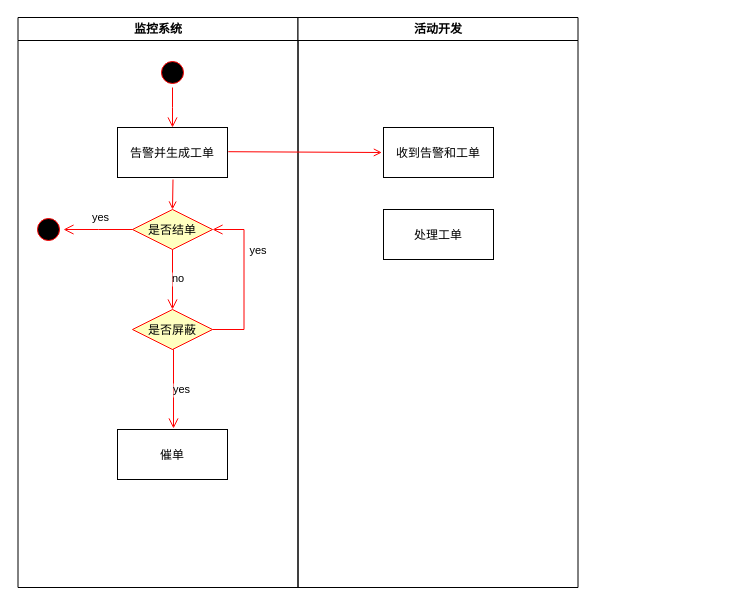
Before: 工单系统活动图.drawio in FelixTt/repositoryForDraw.io, a draw.io diagram. Source tidied: cells renumbered, new cells numbered last; positions are measured from the earlier drawing's top-left corner, leaving out a move shared by most shapes. Both pictures are drawn from the tidied source at 100%, with x=0, y=0 at pixel (17, 17).
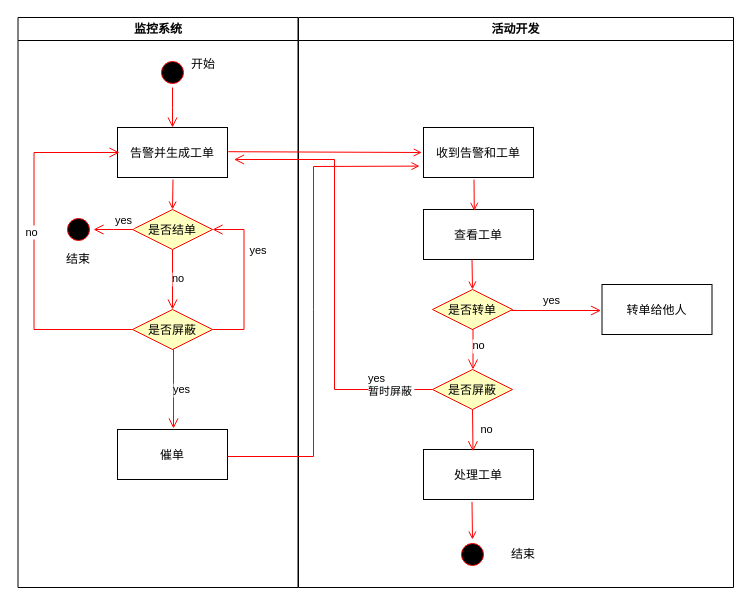
Above is the later version.

Commit message (it also covers changes not shown here):
更新工单系统活动图.drawio

Unchanged cells that the change refers to:
```xml
<mxCell id="2" value="监控系统" style="swimlane;whiteSpace=wrap;startSize=23;" parent="1" vertex="1">
  <mxGeometry x="0.5" width="280" height="570" as="geometry" />
</mxCell>
<mxCell id="5" value="告警并生成工单" parent="2" vertex="1">
  <mxGeometry x="99.5" y="110" width="110" height="50" as="geometry" />
</mxCell>
<mxCell id="7" value="催单" parent="2" vertex="1">
  <mxGeometry x="99.5" y="412" width="110" height="50" as="geometry" />
</mxCell>
<mxCell id="8" value="是否结单" style="rhombus;fillColor=#ffffc0;strokeColor=#ff0000;" parent="2" vertex="1">
  <mxGeometry x="114.5" y="192" width="80" height="40" as="geometry" />
</mxCell>
<mxCell id="11" value="是否屏蔽" style="rhombus;fillColor=#ffffc0;strokeColor=#ff0000;" parent="2" vertex="1">
  <mxGeometry x="114.5" y="292" width="80" height="40" as="geometry" />
</mxCell>
```

Change to the diagram source:
```diff
@@
     <mxCell id="9" style="ellipse;shape=startState;fillColor=#000000;strokeColor=#ff0000;" parent="2" vertex="1">
-      <mxGeometry x="15.5" y="197" width="30" height="30" as="geometry" />
+      <mxGeometry x="45.5" y="197" width="30" height="30" as="geometry" />
     </mxCell>
     <mxCell id="10" value="yes" style="edgeStyle=elbowEdgeStyle;elbow=horizontal;align=left;verticalAlign=bottom;endArrow=open;endSize=8;strokeColor=#FF0000;endFill=1;rounded=0;" parent="2" edge="1" source="8" target="9">
-      <mxGeometry x="0.25" y="-3" relative="1" as="geometry">
-        <mxPoint x="1" as="offset" />
-      </mxGeometry>
+      <mxGeometry x="-0.03" relative="1" as="geometry" />
     </mxCell>
@@
+    <mxCell id="19" value="no" style="edgeStyle=elbowEdgeStyle;elbow=horizontal;align=left;verticalAlign=bottom;endArrow=open;endSize=8;strokeColor=#FF0000;endFill=1;rounded=0;exitX=0;exitY=0.5;exitDx=0;exitDy=0;entryX=0.018;entryY=0.5;entryDx=0;entryDy=0;entryPerimeter=0;" parent="2" edge="1" source="11" target="5">
+      <mxGeometry x="0.04" y="11" relative="1" as="geometry">
+        <Array as="points">
+          <mxPoint x="16" y="222" />
+        </Array>
+        <mxPoint x="1" y="1" as="offset" />
+      </mxGeometry>
+    </mxCell>
+    <mxCell id="20" value="开始" style="text;html=1;strokeColor=none;fillColor=none;align=center;verticalAlign=middle;whiteSpace=wrap;rounded=0;" parent="2" vertex="1">
+      <mxGeometry x="155.5" y="32" width="60" height="30" as="geometry" />
+    </mxCell>
+    <mxCell id="21" value="结束" style="text;html=1;strokeColor=none;fillColor=none;align=center;verticalAlign=middle;whiteSpace=wrap;rounded=0;" parent="2" vertex="1">
+      <mxGeometry x="30.5" y="227" width="60" height="30" as="geometry" />
+    </mxCell>
     <mxCell id="15" value="活动开发" style="swimlane;whiteSpace=wrap;" parent="1" vertex="1">
-      <mxGeometry x="280.5" width="280" height="570" as="geometry" />
+      <mxGeometry x="281" width="435" height="570" as="geometry" />
     </mxCell>
     <mxCell id="16" value="收到告警和工单" parent="15" vertex="1">
-      <mxGeometry x="85.5" y="110" width="110" height="50" as="geometry" />
+      <mxGeometry x="125" y="110" width="110" height="50" as="geometry" />
     </mxCell>
-    <mxCell id="17" value="处理工单" parent="15" vertex="1">
-      <mxGeometry x="85.5" y="192" width="110" height="50" as="geometry" />
+    <mxCell id="17" value="查看工单" parent="15" vertex="1">
+      <mxGeometry x="125" y="192" width="110" height="50" as="geometry" />
     </mxCell>
+    <mxCell id="22" style="endArrow=open;strokeColor=#FF0000;endFill=1;rounded=0;entryX=0.498;entryY=0.028;entryDx=0;entryDy=0;entryPerimeter=0;" parent="15" edge="1">
+      <mxGeometry relative="1" as="geometry">
+        <mxPoint x="175.5" y="162" as="sourcePoint" />
+        <mxPoint x="175.8" y="193.4" as="targetPoint" />
+      </mxGeometry>
+    </mxCell>
+    <mxCell id="23" style="endArrow=open;strokeColor=#FF0000;endFill=1;rounded=0;entryX=0.5;entryY=0;entryDx=0;entryDy=0;" parent="15" edge="1" target="26">
+      <mxGeometry relative="1" as="geometry">
+        <mxPoint x="173.5" y="242" as="sourcePoint" />
+      </mxGeometry>
+    </mxCell>
+    <mxCell id="24" value="处理工单" parent="15" vertex="1">
+      <mxGeometry x="125" y="432" width="110" height="50" as="geometry" />
+    </mxCell>
+    <mxCell id="25" value="yes&#10;暂时屏蔽" style="edgeStyle=elbowEdgeStyle;elbow=horizontal;align=left;verticalAlign=bottom;endArrow=open;endSize=8;strokeColor=#FF0000;endFill=1;rounded=0;exitX=0;exitY=0.5;exitDx=0;exitDy=0;" parent="15" edge="1" source="27">
+      <mxGeometry x="-0.69" y="11" relative="1" as="geometry">
+        <mxPoint x="-64.5" y="142" as="targetPoint" />
+        <Array as="points">
+          <mxPoint x="36" y="222" />
+        </Array>
+      </mxGeometry>
+    </mxCell>
+    <mxCell id="26" value="是否转单" style="rhombus;fillColor=#ffffc0;strokeColor=#ff0000;" parent="15" vertex="1">
+      <mxGeometry x="134" y="272" width="80" height="40" as="geometry" />
+    </mxCell>
+    <mxCell id="27" value="是否屏蔽" style="rhombus;fillColor=#ffffc0;strokeColor=#ff0000;" parent="15" vertex="1">
+      <mxGeometry x="134" y="352" width="80" height="40" as="geometry" />
+    </mxCell>
+    <mxCell id="28" value="no" style="edgeStyle=elbowEdgeStyle;elbow=horizontal;align=left;verticalAlign=bottom;endArrow=open;endSize=8;strokeColor=#FF0000;endFill=1;rounded=0;exitX=0.5;exitY=1;exitDx=0;exitDy=0;entryX=0.5;entryY=0;entryDx=0;entryDy=0;" parent="15" edge="1" target="27">
+      <mxGeometry x="0.25" y="-3" relative="1" as="geometry">
+        <mxPoint x="173.5" y="312" as="sourcePoint" />
+        <Array as="points">
+          <mxPoint x="174.5" y="342" />
+        </Array>
+        <mxPoint x="1" as="offset" />
+      </mxGeometry>
+    </mxCell>
+    <mxCell id="29" value="no" style="edgeStyle=elbowEdgeStyle;elbow=horizontal;align=left;verticalAlign=bottom;endArrow=open;endSize=8;strokeColor=#FF0000;endFill=1;rounded=0;exitX=0.5;exitY=1;exitDx=0;exitDy=0;entryX=0.448;entryY=0.036;entryDx=0;entryDy=0;entryPerimeter=0;" parent="15" edge="1" source="27" target="24">
+      <mxGeometry x="0.31" y="6" relative="1" as="geometry">
+        <Array as="points">
+          <mxPoint x="174.5" y="432" />
+        </Array>
+        <mxPoint y="1" as="offset" />
+      </mxGeometry>
+    </mxCell>
+    <mxCell id="30" value="转单给他人" parent="15" vertex="1">
+      <mxGeometry x="303.5" y="267" width="110" height="50" as="geometry" />
+    </mxCell>
+    <mxCell id="31" value="yes" style="edgeStyle=elbowEdgeStyle;elbow=horizontal;align=left;verticalAlign=bottom;endArrow=open;endSize=8;strokeColor=#FF0000;endFill=1;rounded=0;exitX=1;exitY=0.5;exitDx=0;exitDy=0;" parent="15" edge="1">
+      <mxGeometry x="-0.32" y="1" relative="1" as="geometry">
+        <mxPoint x="213" y="293" as="sourcePoint" />
+        <mxPoint x="302.5" y="293" as="targetPoint" />
+        <Array as="points">
+          <mxPoint x="262.5" y="303" />
+        </Array>
+      </mxGeometry>
+    </mxCell>
+    <mxCell id="32" style="ellipse;shape=startState;fillColor=#000000;strokeColor=#ff0000;" parent="15" vertex="1">
+      <mxGeometry x="159" y="522" width="30" height="30" as="geometry" />
+    </mxCell>
+    <mxCell id="33" style="endArrow=open;strokeColor=#FF0000;endFill=1;rounded=0;exitX=0.441;exitY=1.049;exitDx=0;exitDy=0;exitPerimeter=0;" parent="15" edge="1" source="24" target="32">
+      <mxGeometry relative="1" as="geometry" />
+    </mxCell>
+    <mxCell id="34" value="结束" style="text;html=1;strokeColor=none;fillColor=none;align=center;verticalAlign=middle;whiteSpace=wrap;rounded=0;" parent="15" vertex="1">
+      <mxGeometry x="195" y="522" width="60" height="30" as="geometry" />
+    </mxCell>
@@
+    <mxCell id="35" style="endArrow=open;strokeColor=#FF0000;endFill=1;rounded=0;exitX=1;exitY=0.54;exitDx=0;exitDy=0;exitPerimeter=0;entryX=-0.036;entryY=0.772;entryDx=0;entryDy=0;entryPerimeter=0;" parent="1" edge="1" source="7" target="16">
+      <mxGeometry relative="1" as="geometry">
+        <Array as="points">
+          <mxPoint x="296" y="439" />
+          <mxPoint x="296" y="292" />
+          <mxPoint x="296" y="149" />
+        </Array>
+      </mxGeometry>
+    </mxCell>
```
